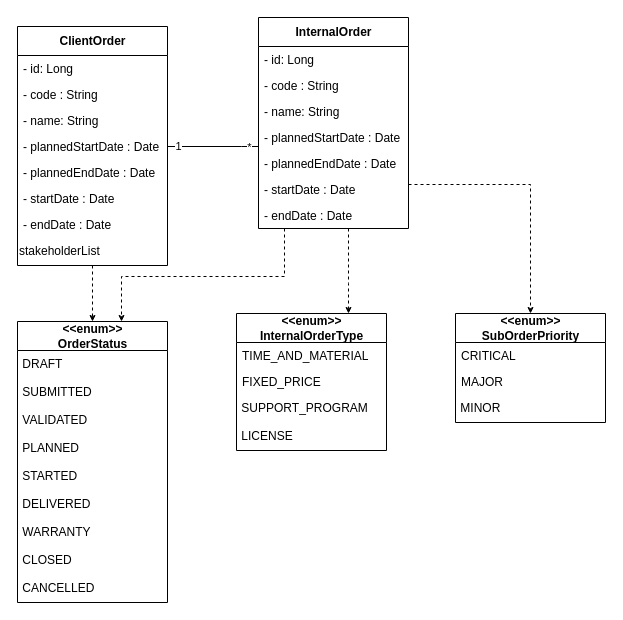
Before: Sprint1/_DiagrammeClasseOrder.drawio in ZidiMedAmine/UML, a draw.io diagram. Source tidied: cells renumbered, new cells numbered last; positions are measured from the earlier drawing's top-left corner, leaving out a move shared by most shapes. Both pictures are drawn from the tidied source at 100%, with x=0, y=0 at pixel (17, 17).
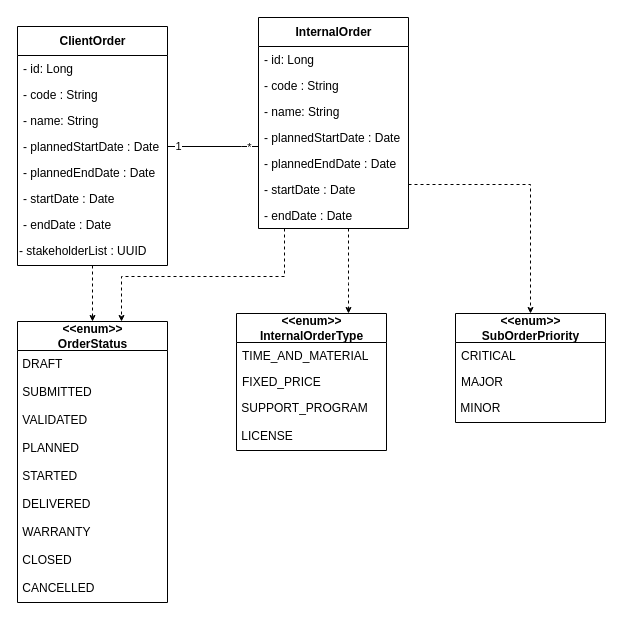
Above is the later version.

Unchanged cells that the change refers to:
```xml
<mxCell id="25" value="&lt;div&gt;&lt;b&gt;ClientOrder&lt;/b&gt;&lt;/div&gt;" style="swimlane;fontStyle=0;align=center;verticalAlign=middle;horizontal=1;startSize=29;html=1;fontSize=12;labelPosition=center;verticalLabelPosition=middle;strokeColor=default;swimlaneLine=1;rounded=0;shadow=0;glass=0;sketch=0;perimeterSpacing=0;" parent="1" vertex="1">
  <mxGeometry y="9" width="150" height="239" as="geometry" />
</mxCell>
```

Diff of the diagram source:
```diff
@@
-    <mxCell id="33" value="stakeholderList" style="text;whiteSpace=wrap;html=1;" parent="25" vertex="1">
+    <mxCell id="33" value="- stakeholderList : UUID" style="text;whiteSpace=wrap;html=1;" parent="25" vertex="1">
       <mxGeometry y="211" width="150" height="28" as="geometry" />
     </mxCell>
```
